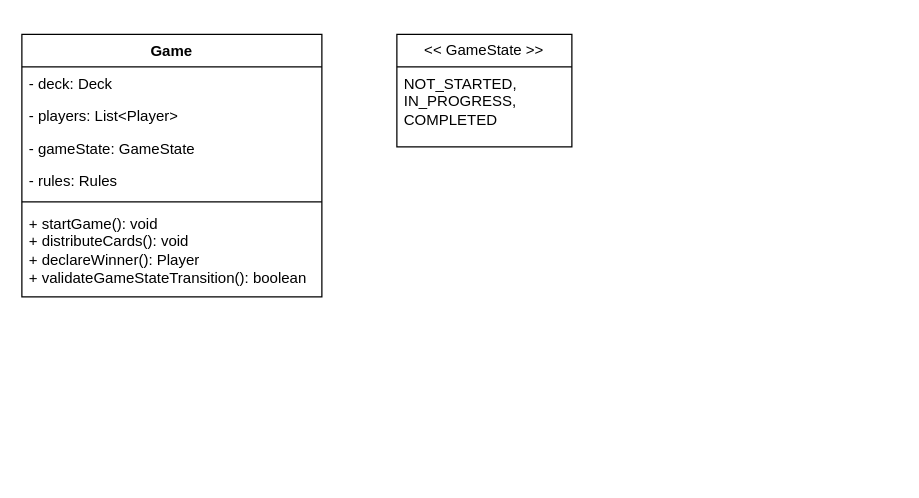
Above: Card-Game.drawio in geeky-sanjay/Schema (draw.io), before the change. Source tidied: cells renumbered, new cells numbered last; positions are measured from the earlier drawing's top-left corner, leaving out a move shared by most shapes. Both pictures are drawn from the tidied source at 125%, with x=0, y=0 at pixel (21, 34).
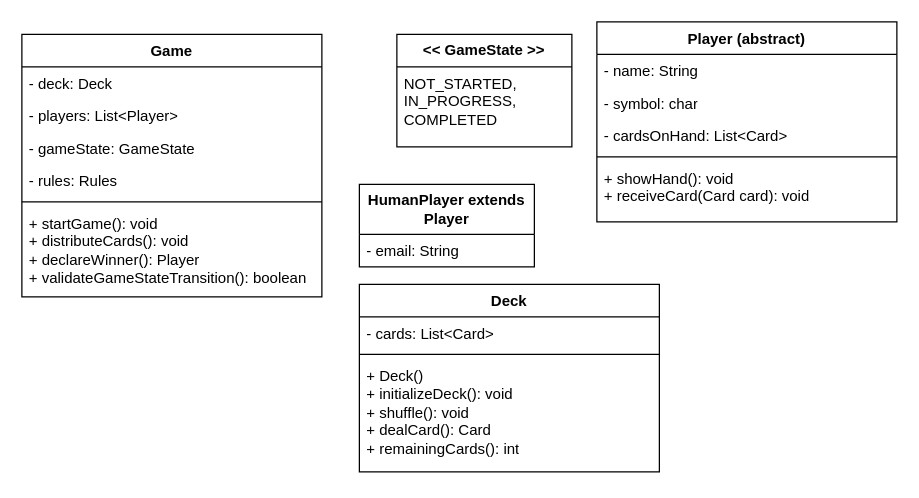
The same page after the edit.

Change to the diagram source:
```diff
@@
-    <mxCell id="9" value="&amp;lt;&amp;lt; GameState &amp;gt;&amp;gt;" style="swimlane;fontStyle=0;horizontal=1;startSize=26;fillColor=none;whiteSpace=wrap;html=1;" parent="1" vertex="1">
+    <mxCell id="9" value="&lt;b&gt;&amp;lt;&amp;lt; GameState &amp;gt;&amp;gt;&lt;/b&gt;" style="swimlane;fontStyle=0;horizontal=1;startSize=26;fillColor=none;whiteSpace=wrap;html=1;" parent="1" vertex="1">
       <mxGeometry x="300" width="140" height="90" as="geometry" />
     </mxCell>
@@
+    <mxCell id="11" value="Player (abstract)" style="swimlane;fontStyle=1;align=center;verticalAlign=top;horizontal=1;startSize=26;whiteSpace=wrap;html=1;" parent="1" vertex="1">
+      <mxGeometry x="460" y="-10" width="240" height="160" as="geometry" />
+    </mxCell>
+    <mxCell id="12" value="- name: String" style="text;strokeColor=none;fillColor=none;align=left;verticalAlign=top;spacingLeft=4;spacingRight=4;overflow=hidden;whiteSpace=wrap;html=1;" parent="11" vertex="1">
+      <mxGeometry y="26" width="240" height="26" as="geometry" />
+    </mxCell>
+    <mxCell id="13" value="- symbol: char" style="text;strokeColor=none;fillColor=none;align=left;verticalAlign=top;spacingLeft=4;spacingRight=4;overflow=hidden;whiteSpace=wrap;html=1;" parent="11" vertex="1">
+      <mxGeometry y="52" width="240" height="26" as="geometry" />
+    </mxCell>
+    <mxCell id="14" value="- cardsOnHand: List&amp;lt;Card&amp;gt;" style="text;strokeColor=none;fillColor=none;align=left;verticalAlign=top;spacingLeft=4;spacingRight=4;overflow=hidden;whiteSpace=wrap;html=1;" parent="11" vertex="1">
+      <mxGeometry y="78" width="240" height="26" as="geometry" />
+    </mxCell>
+    <mxCell id="15" style="line;strokeWidth=1;fillColor=none;align=left;verticalAlign=middle;spacingTop=-1;spacingLeft=3;spacingRight=3;labelPosition=right;strokeColor=inherit;" parent="11" vertex="1">
+      <mxGeometry y="104" width="240" height="8" as="geometry" />
+    </mxCell>
+    <mxCell id="16" value="&lt;div&gt;&lt;span style=&quot;font-size: 12px;&quot;&gt;+ showHand(): void&lt;/span&gt;&lt;/div&gt;&lt;div&gt;&lt;span style=&quot;font-size: 12px;&quot;&gt;+ receiveCard(Card card): void&lt;/span&gt;&lt;/div&gt;" style="text;strokeColor=none;fillColor=none;align=left;verticalAlign=top;spacingLeft=4;spacingRight=4;overflow=hidden;whiteSpace=wrap;html=1;" parent="11" vertex="1">
+      <mxGeometry y="112" width="240" height="48" as="geometry" />
+    </mxCell>
+    <mxCell id="17" value="&lt;b&gt;HumanPlayer extends Player&lt;/b&gt;" style="swimlane;fontStyle=0;horizontal=1;startSize=40;fillColor=none;whiteSpace=wrap;html=1;" parent="1" vertex="1">
+      <mxGeometry x="270" y="120" width="140" height="66" as="geometry" />
+    </mxCell>
+    <mxCell id="18" value="- email: String" style="text;strokeColor=none;fillColor=none;align=left;verticalAlign=top;spacingLeft=4;spacingRight=4;overflow=hidden;whiteSpace=wrap;html=1;" parent="17" vertex="1">
+      <mxGeometry y="40" width="140" height="26" as="geometry" />
+    </mxCell>
+    <mxCell id="19" value="Deck" style="swimlane;fontStyle=1;align=center;verticalAlign=top;horizontal=1;startSize=26;whiteSpace=wrap;html=1;" parent="1" vertex="1">
+      <mxGeometry x="270" y="200" width="240" height="150" as="geometry" />
+    </mxCell>
+    <mxCell id="20" value="- cards: List&amp;lt;Card&amp;gt;" style="text;strokeColor=none;fillColor=none;align=left;verticalAlign=top;spacingLeft=4;spacingRight=4;overflow=hidden;whiteSpace=wrap;html=1;" parent="19" vertex="1">
+      <mxGeometry y="26" width="240" height="26" as="geometry" />
+    </mxCell>
+    <mxCell id="21" style="line;strokeWidth=1;fillColor=none;align=left;verticalAlign=middle;spacingTop=-1;spacingLeft=3;spacingRight=3;labelPosition=right;strokeColor=inherit;" parent="19" vertex="1">
+      <mxGeometry y="52" width="240" height="8" as="geometry" />
+    </mxCell>
+    <mxCell id="22" value="&lt;div&gt;&lt;span style=&quot;font-size: 12px;&quot;&gt;+ Deck()&lt;/span&gt;&lt;/div&gt;&lt;div&gt;&lt;span style=&quot;font-size: 12px;&quot;&gt;+ initializeDeck(): void&lt;/span&gt;&lt;/div&gt;&lt;div&gt;&lt;span style=&quot;font-size: 12px;&quot;&gt;+ shuffle(): void&lt;/span&gt;&lt;/div&gt;&lt;div&gt;&lt;span style=&quot;font-size: 12px;&quot;&gt;+ dealCard(): Card&lt;/span&gt;&lt;/div&gt;&lt;div&gt;&lt;span style=&quot;font-size: 12px;&quot;&gt;+ remainingCards(): int&lt;/span&gt;&lt;/div&gt;" style="text;strokeColor=none;fillColor=none;align=left;verticalAlign=top;spacingLeft=4;spacingRight=4;overflow=hidden;whiteSpace=wrap;html=1;" parent="19" vertex="1">
+      <mxGeometry y="60" width="240" height="90" as="geometry" />
+    </mxCell>
```
